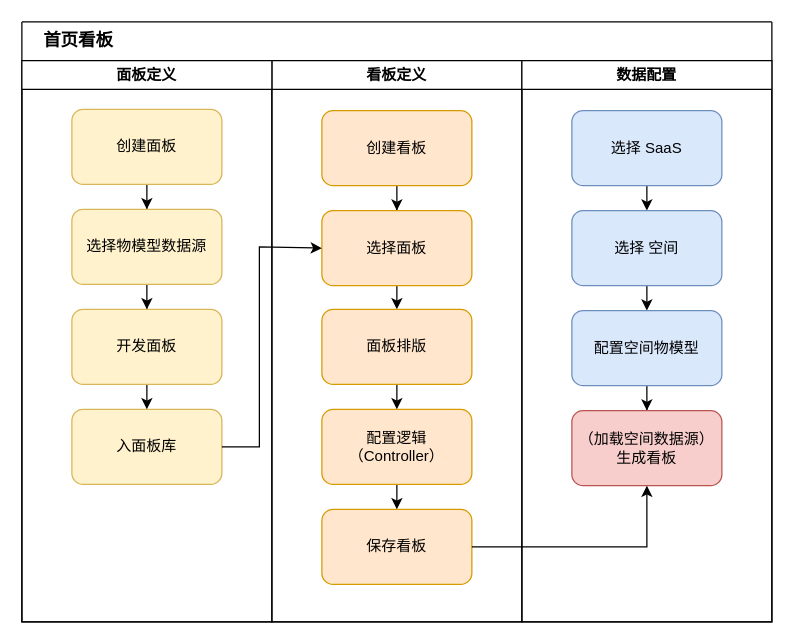
Earlier version of the draw.io diagram 空间智能化.drawio (Sidamor/drawio). Source tidied: cells renumbered, new cells numbered last; positions are measured from the earlier drawing's top-left corner, leaving out a move shared by most shapes. Both pictures are drawn from the tidied source at 125%, with x=0, y=0 at pixel (21, 21).
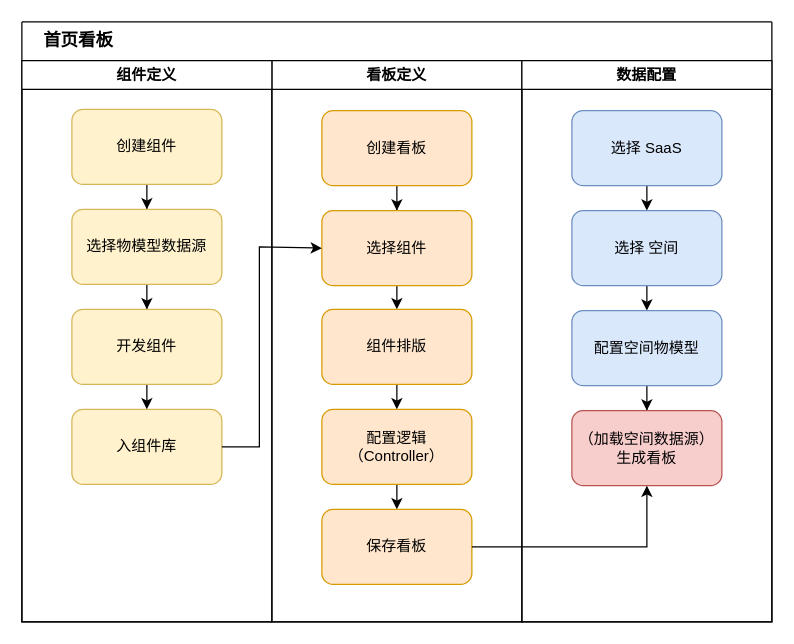
The same page after the edit.

Commit message:
更新空间智能化.drawio

Unchanged cells that the change refers to:
```xml
<mxCell id="3" value="看板定义" style="swimlane;whiteSpace=wrap;html=1;" parent="2" vertex="1">
  <mxGeometry x="200" y="31" width="200" height="449" as="geometry" />
</mxCell>
```

The edit, as a diff of the source:
```diff
@@
-    <mxCell id="8" value="选择面板" style="rounded=1;whiteSpace=wrap;html=1;fillColor=#ffe6cc;strokeColor=#d79b00;" parent="3" vertex="1">
+    <mxCell id="8" value="选择组件" style="rounded=1;whiteSpace=wrap;html=1;fillColor=#ffe6cc;strokeColor=#d79b00;" parent="3" vertex="1">
       <mxGeometry x="40" y="120" width="120" height="60" as="geometry" />
     </mxCell>
@@
-    <mxCell id="12" value="面板排版" style="rounded=1;whiteSpace=wrap;html=1;fillColor=#ffe6cc;strokeColor=#d79b00;" parent="3" vertex="1">
+    <mxCell id="12" value="组件排版" style="rounded=1;whiteSpace=wrap;html=1;fillColor=#ffe6cc;strokeColor=#d79b00;" parent="3" vertex="1">
       <mxGeometry x="40" y="199" width="120" height="60" as="geometry" />
     </mxCell>
@@
-    <mxCell id="23" value="面板定义" style="swimlane;whiteSpace=wrap;html=1;" parent="1" vertex="1">
+    <mxCell id="23" value="组件定义" style="swimlane;whiteSpace=wrap;html=1;" parent="1" vertex="1">
       <mxGeometry y="31" width="200" height="449" as="geometry" />
     </mxCell>
@@
-    <mxCell id="25" value="创建面板" style="rounded=1;whiteSpace=wrap;html=1;fillColor=#fff2cc;strokeColor=#d6b656;" parent="23" vertex="1">
+    <mxCell id="25" value="创建组件" style="rounded=1;whiteSpace=wrap;html=1;fillColor=#fff2cc;strokeColor=#d6b656;" parent="23" vertex="1">
       <mxGeometry x="40" y="39" width="120" height="60" as="geometry" />
     </mxCell>
-    <mxCell id="26" value="入面板库" style="rounded=1;whiteSpace=wrap;html=1;fillColor=#fff2cc;strokeColor=#d6b656;" parent="23" vertex="1">
+    <mxCell id="26" value="入组件库" style="rounded=1;whiteSpace=wrap;html=1;fillColor=#fff2cc;strokeColor=#d6b656;" parent="23" vertex="1">
       <mxGeometry x="40" y="279" width="120" height="60" as="geometry" />
     </mxCell>
@@
-    <mxCell id="30" value="开发面板" style="rounded=1;whiteSpace=wrap;html=1;fillColor=#fff2cc;strokeColor=#d6b656;" parent="23" vertex="1">
+    <mxCell id="30" value="开发组件" style="rounded=1;whiteSpace=wrap;html=1;fillColor=#fff2cc;strokeColor=#d6b656;" parent="23" vertex="1">
       <mxGeometry x="40" y="199" width="120" height="60" as="geometry" />
     </mxCell>
```
